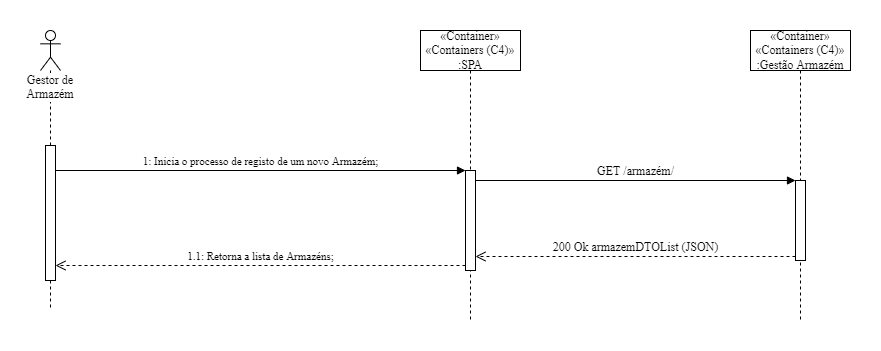
1190624/S5_DA_02 keeps this draw.io diagram as Docs/SprintA/Nível #2/Nível #2-Vista Processo G.1.2.png. Above is the earlier version. Source tidied: cells renumbered, new cells last; positions are measured from the earlier drawing's top-left corner, leaving out a move shared by most shapes. Its diagram source:
```xml
<mxGraphModel>
  <root>
    <mxCell id="0" />
    <mxCell id="1" parent="0" />
    <mxCell id="2" style="rounded=0;whiteSpace=wrap;html=1;fontFamily=Product Sans;fontSize=12;strokeColor=none;" parent="1" vertex="1">
      <mxGeometry width="880" height="350" as="geometry" />
    </mxCell>
    <mxCell id="3" value="Gestor de Armazém" style="shape=umlLifeline;participant=umlActor;perimeter=lifelinePerimeter;whiteSpace=wrap;html=1;verticalAlign=top;spacingTop=36;fontFamily=Product Sans;labelBackgroundColor=default;" parent="1" vertex="1">
      <mxGeometry x="40" y="30" width="20" height="280" as="geometry" />
    </mxCell>
    <mxCell id="4" style="html=1;perimeter=orthogonalPerimeter;fontFamily=Product Sans;fontSize=12;" parent="3" vertex="1">
      <mxGeometry x="5" y="115" width="10" height="135" as="geometry" />
    </mxCell>
    <mxCell id="5" value="&lt;font face=&quot;Product Sans&quot; style=&quot;font-size: 12px&quot;&gt;«Container»&lt;br&gt;«Containers (C4)»&lt;br&gt;:SPA&lt;/font&gt;" style="shape=umlLifeline;perimeter=lifelinePerimeter;whiteSpace=wrap;html=1;" parent="1" vertex="1">
      <mxGeometry x="420" y="30" width="100" height="290" as="geometry" />
    </mxCell>
    <mxCell id="6" style="html=1;points=[];perimeter=orthogonalPerimeter;fontFamily=Product Sans;fontSize=12;" parent="5" vertex="1">
      <mxGeometry x="45" y="140" width="10" height="100" as="geometry" />
    </mxCell>
    <mxCell id="7" value="&lt;span style=&quot;font-size: 11px&quot;&gt;1: Inicia o processo de registo&amp;nbsp;&lt;/span&gt;&lt;span style=&quot;font-size: 11px&quot;&gt;de um novo Armazém;&lt;/span&gt;" style="html=1;verticalAlign=bottom;endArrow=block;entryX=0;entryY=0;rounded=0;fontFamily=Product Sans;fontSize=12;" parent="1" edge="1" target="6">
      <mxGeometry relative="1" as="geometry">
        <mxPoint x="55" y="170" as="sourcePoint" />
      </mxGeometry>
    </mxCell>
    <mxCell id="8" value="&lt;span style=&quot;font-size: 11px&quot;&gt;1.1: Retorna a lista de&amp;nbsp;&lt;/span&gt;&lt;span style=&quot;font-size: 11px&quot;&gt;Armazéns;&lt;/span&gt;" style="html=1;verticalAlign=bottom;endArrow=open;dashed=1;endSize=8;exitX=0;exitY=0.95;rounded=0;fontFamily=Product Sans;fontSize=12;" parent="1" edge="1" source="6">
      <mxGeometry relative="1" as="geometry">
        <mxPoint x="55" y="265" as="targetPoint" />
      </mxGeometry>
    </mxCell>
    <mxCell id="9" value="&lt;font face=&quot;Product Sans&quot; style=&quot;font-size: 12px&quot;&gt;«Container»&lt;br&gt;«Containers (C4)»&lt;br&gt;:Gestão Armazém&lt;/font&gt;" style="shape=umlLifeline;perimeter=lifelinePerimeter;whiteSpace=wrap;html=1;" parent="1" vertex="1">
      <mxGeometry x="750" y="30" width="100" height="290" as="geometry" />
    </mxCell>
    <mxCell id="10" style="html=1;points=[];perimeter=orthogonalPerimeter;fontFamily=Product Sans;fontSize=12;" parent="9" vertex="1">
      <mxGeometry x="45" y="150" width="10" height="80" as="geometry" />
    </mxCell>
    <mxCell id="11" value="GET /armazém/" style="html=1;verticalAlign=bottom;endArrow=block;entryX=0;entryY=0;rounded=0;fontFamily=Product Sans;fontSize=12;" parent="1" edge="1" source="6" target="10">
      <mxGeometry relative="1" as="geometry" />
    </mxCell>
    <mxCell id="12" value="200 Ok armazemDTOList (JSON)" style="html=1;verticalAlign=bottom;endArrow=open;dashed=1;endSize=8;exitX=0;exitY=0.95;rounded=0;fontFamily=Product Sans;fontSize=12;" parent="1" edge="1" source="10" target="6">
      <mxGeometry relative="1" as="geometry" />
    </mxCell>
  </root>
</mxGraphModel>
```
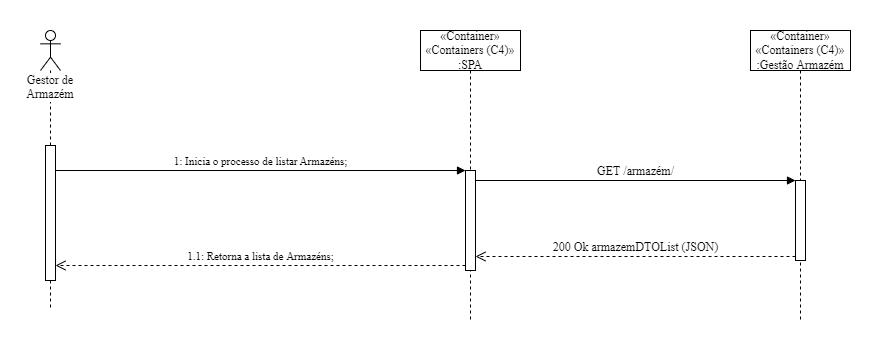
After the commit.

Commit message:
LEI-7 #comment: UC G.1.2 - Correção da Vista de Processo Nível 2

The edit, as a diff of the source:
```diff
@@ -17,7 +17,7 @@
     <mxCell id="6" style="html=1;points=[];perimeter=orthogonalPerimeter;fontFamily=Product Sans;fontSize=12;" parent="5" vertex="1">
       <mxGeometry x="45" y="140" width="10" height="100" as="geometry" />
     </mxCell>
-    <mxCell id="7" value="&lt;span style=&quot;font-size: 11px&quot;&gt;1: Inicia o processo de registo&amp;nbsp;&lt;/span&gt;&lt;span style=&quot;font-size: 11px&quot;&gt;de um novo Armazém;&lt;/span&gt;" style="html=1;verticalAlign=bottom;endArrow=block;entryX=0;entryY=0;rounded=0;fontFamily=Product Sans;fontSize=12;" parent="1" edge="1" target="6">
+    <mxCell id="7" value="&lt;span style=&quot;font-size: 11px&quot;&gt;1: Inicia o processo de listar&lt;/span&gt;&lt;span style=&quot;font-size: 11px&quot;&gt;&amp;nbsp;Armazéns;&lt;/span&gt;" style="html=1;verticalAlign=bottom;endArrow=block;entryX=0;entryY=0;rounded=0;fontFamily=Product Sans;fontSize=12;" parent="1" edge="1" target="6">
       <mxGeometry relative="1" as="geometry">
         <mxPoint x="55" y="170" as="sourcePoint" />
       </mxGeometry>
```
